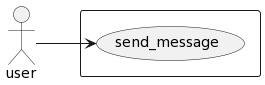
This is uml_converter/app/templates/puml.png from ashwinkrishna979/uml_generator, a PlantUML export, as it was before one commit.
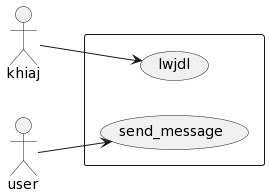
After the commit.

The edit, as a diff of the source:
```diff
@@ -1,8 +1,11 @@
 @startuml
 left to right direction
-actor user as f0
+actor khiaj as f0
+actor user as f1
 rectangle {
 usecase send_message as u0
+usecase lwjdl as u1
 }
-f0 --> u0
+f1 --> u0
+f0 --> u1
 @enduml
```
